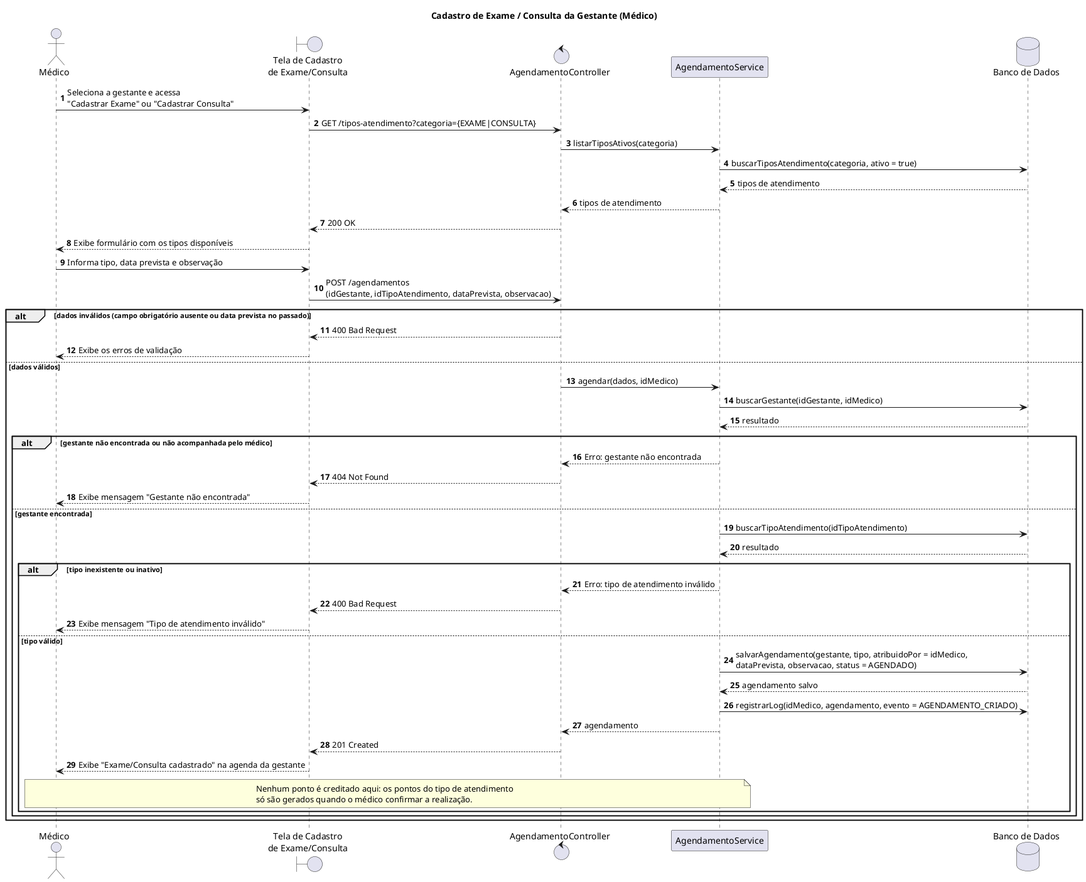
The PlantUML diagram docs/sequence-diagrams/cadastro-exame-consulta/cadastro-exame-consulta.png in CozyShelf/previna-backend, before a commit.
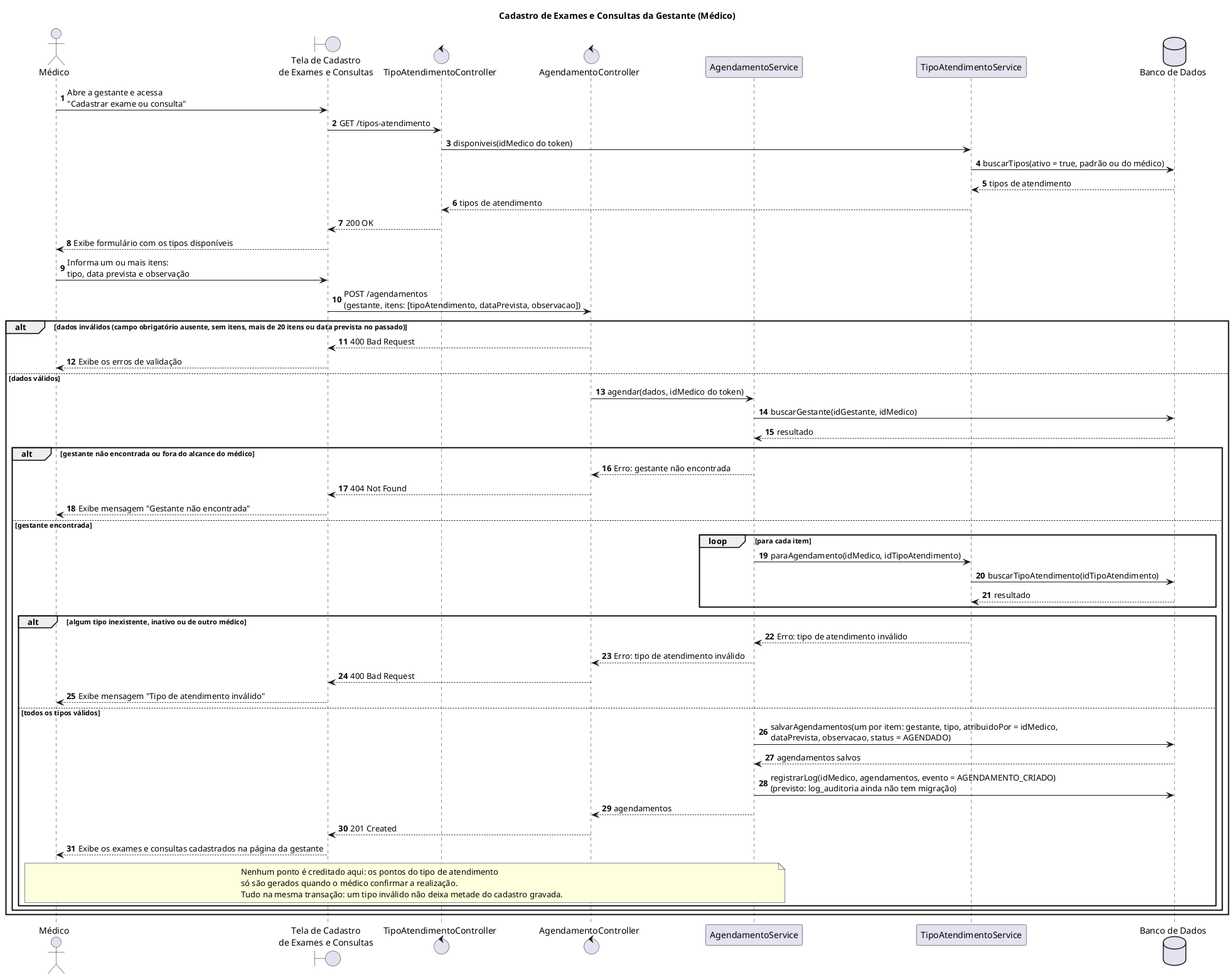
After the change.

What changed in the source:
```diff
@@ -1,55 +1,62 @@
 @startuml cadastro-exame-consulta
-title Cadastro de Exame / Consulta da Gestante (Médico)
+title Cadastro de Exames e Consultas da Gestante (Médico)
 autonumber
 
 actor "Médico" as Medico
-boundary "Tela de Cadastro\nde Exame/Consulta" as Tela
+boundary "Tela de Cadastro\nde Exames e Consultas" as Tela
+control "TipoAtendimentoController" as TipoController
 control "AgendamentoController" as Controller
 participant "AgendamentoService" as Service
+participant "TipoAtendimentoService" as Tipos
 database "Banco de Dados" as BD
 
-Medico -> Tela : Seleciona a gestante e acessa\n"Cadastrar Exame" ou "Cadastrar Consulta"
-Tela -> Controller : GET /tipos-atendimento?categoria={EXAME|CONSULTA}
-Controller -> Service : listarTiposAtivos(categoria)
-Service -> BD : buscarTiposAtendimento(categoria, ativo = true)
-BD --> Service : tipos de atendimento
-Service --> Controller : tipos de atendimento
-Controller --> Tela : 200 OK
+Medico -> Tela : Abre a gestante e acessa\n"Cadastrar exame ou consulta"
+Tela -> TipoController : GET /tipos-atendimento
+TipoController -> Tipos : disponiveis(idMedico do token)
+Tipos -> BD : buscarTipos(ativo = true, padrão ou do médico)
+BD --> Tipos : tipos de atendimento
+Tipos --> TipoController : tipos de atendimento
+TipoController --> Tela : 200 OK
 Tela --> Medico : Exibe formulário com os tipos disponíveis
 
-Medico -> Tela : Informa tipo, data prevista e observação
-Tela -> Controller : POST /agendamentos\n(idGestante, idTipoAtendimento, dataPrevista, observacao)
+Medico -> Tela : Informa um ou mais itens:\ntipo, data prevista e observação
+Tela -> Controller : POST /agendamentos\n(gestante, itens: [tipoAtendimento, dataPrevista, observacao])
 
-alt dados inválidos (campo obrigatório ausente ou data prevista no passado)
+alt dados inválidos (campo obrigatório ausente, sem itens, mais de 20 itens ou data prevista no passado)
     Controller --> Tela : 400 Bad Request
     Tela --> Medico : Exibe os erros de validação
 else dados válidos
-    Controller -> Service : agendar(dados, idMedico)
+    Controller -> Service : agendar(dados, idMedico do token)
     Service -> BD : buscarGestante(idGestante, idMedico)
     BD --> Service : resultado
 
-    alt gestante não encontrada ou não acompanhada pelo médico
+    alt gestante não encontrada ou fora do alcance do médico
         Service --> Controller : Erro: gestante não encontrada
         Controller --> Tela : 404 Not Found
         Tela --> Medico : Exibe mensagem "Gestante não encontrada"
     else gestante encontrada
-        Service -> BD : buscarTipoAtendimento(idTipoAtendimento)
-        BD --> Service : resultado
+        loop para cada item
+            Service -> Tipos : paraAgendamento(idMedico, idTipoAtendimento)
+            Tipos -> BD : buscarTipoAtendimento(idTipoAtendimento)
+            BD --> Tipos : resultado
+        end
 
-        alt tipo inexistente ou inativo
+        alt algum tipo inexistente, inativo ou de outro médico
+            Tipos --> Service : Erro: tipo de atendimento inválido
             Service --> Controller : Erro: tipo de atendimento inválido
             Controller --> Tela : 400 Bad Request
             Tela --> Medico : Exibe mensagem "Tipo de atendimento inválido"
-        else tipo válido
-            Service -> BD : salvarAgendamento(gestante, tipo, atribuidoPor = idMedico,\ndataPrevista, observacao, status = AGENDADO)
-            BD --> Service : agendamento salvo
-            Service -> BD : registrarLog(idMedico, agendamento, evento = AGENDAMENTO_CRIADO)
-            Service --> Controller : agendamento
+        else todos os tipos válidos
+            Service -> BD : salvarAgendamentos(um por item: gestante, tipo, atribuidoPor = idMedico,\ndataPrevista, observacao, status = AGENDADO)
+            BD --> Service : agendamentos salvos
+            Service -> BD : registrarLog(idMedico, agendamentos, evento = AGENDAMENTO_CRIADO)\n(previsto: log_auditoria ainda não tem migração)
+            Service --> Controller : agendamentos
             Controller --> Tela : 201 Created
-            Tela --> Medico : Exibe "Exame/Consulta cadastrado" na agenda da gestante
+            Tela --> Medico : Exibe os exames e consultas cadastrados na página da gestante
             note over Medico, Service
                 Nenhum ponto é creditado aqui: os pontos do tipo de atendimento
                 só são gerados quando o médico confirmar a realização.
+                Tudo na mesma transação: um tipo inválido não deixa metade do cadastro gravada.
             end note
         end
     end
```
